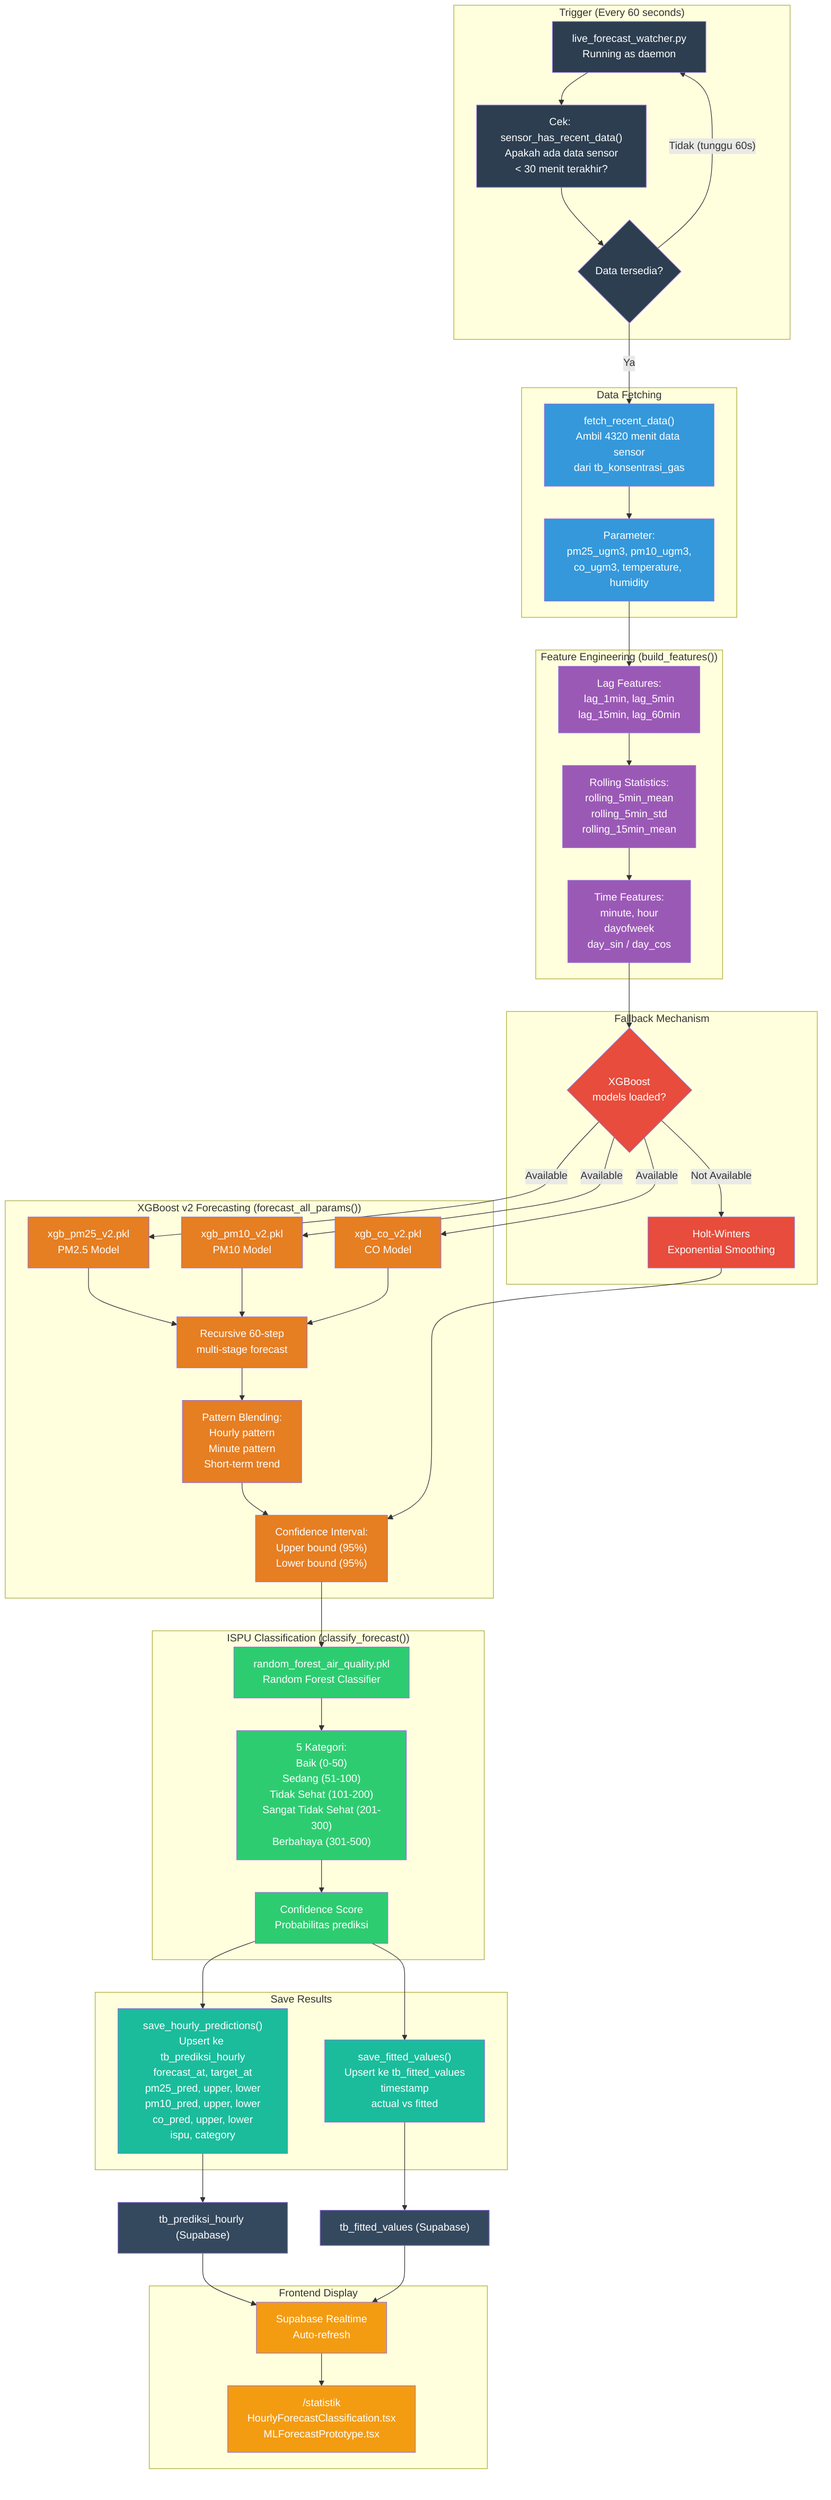
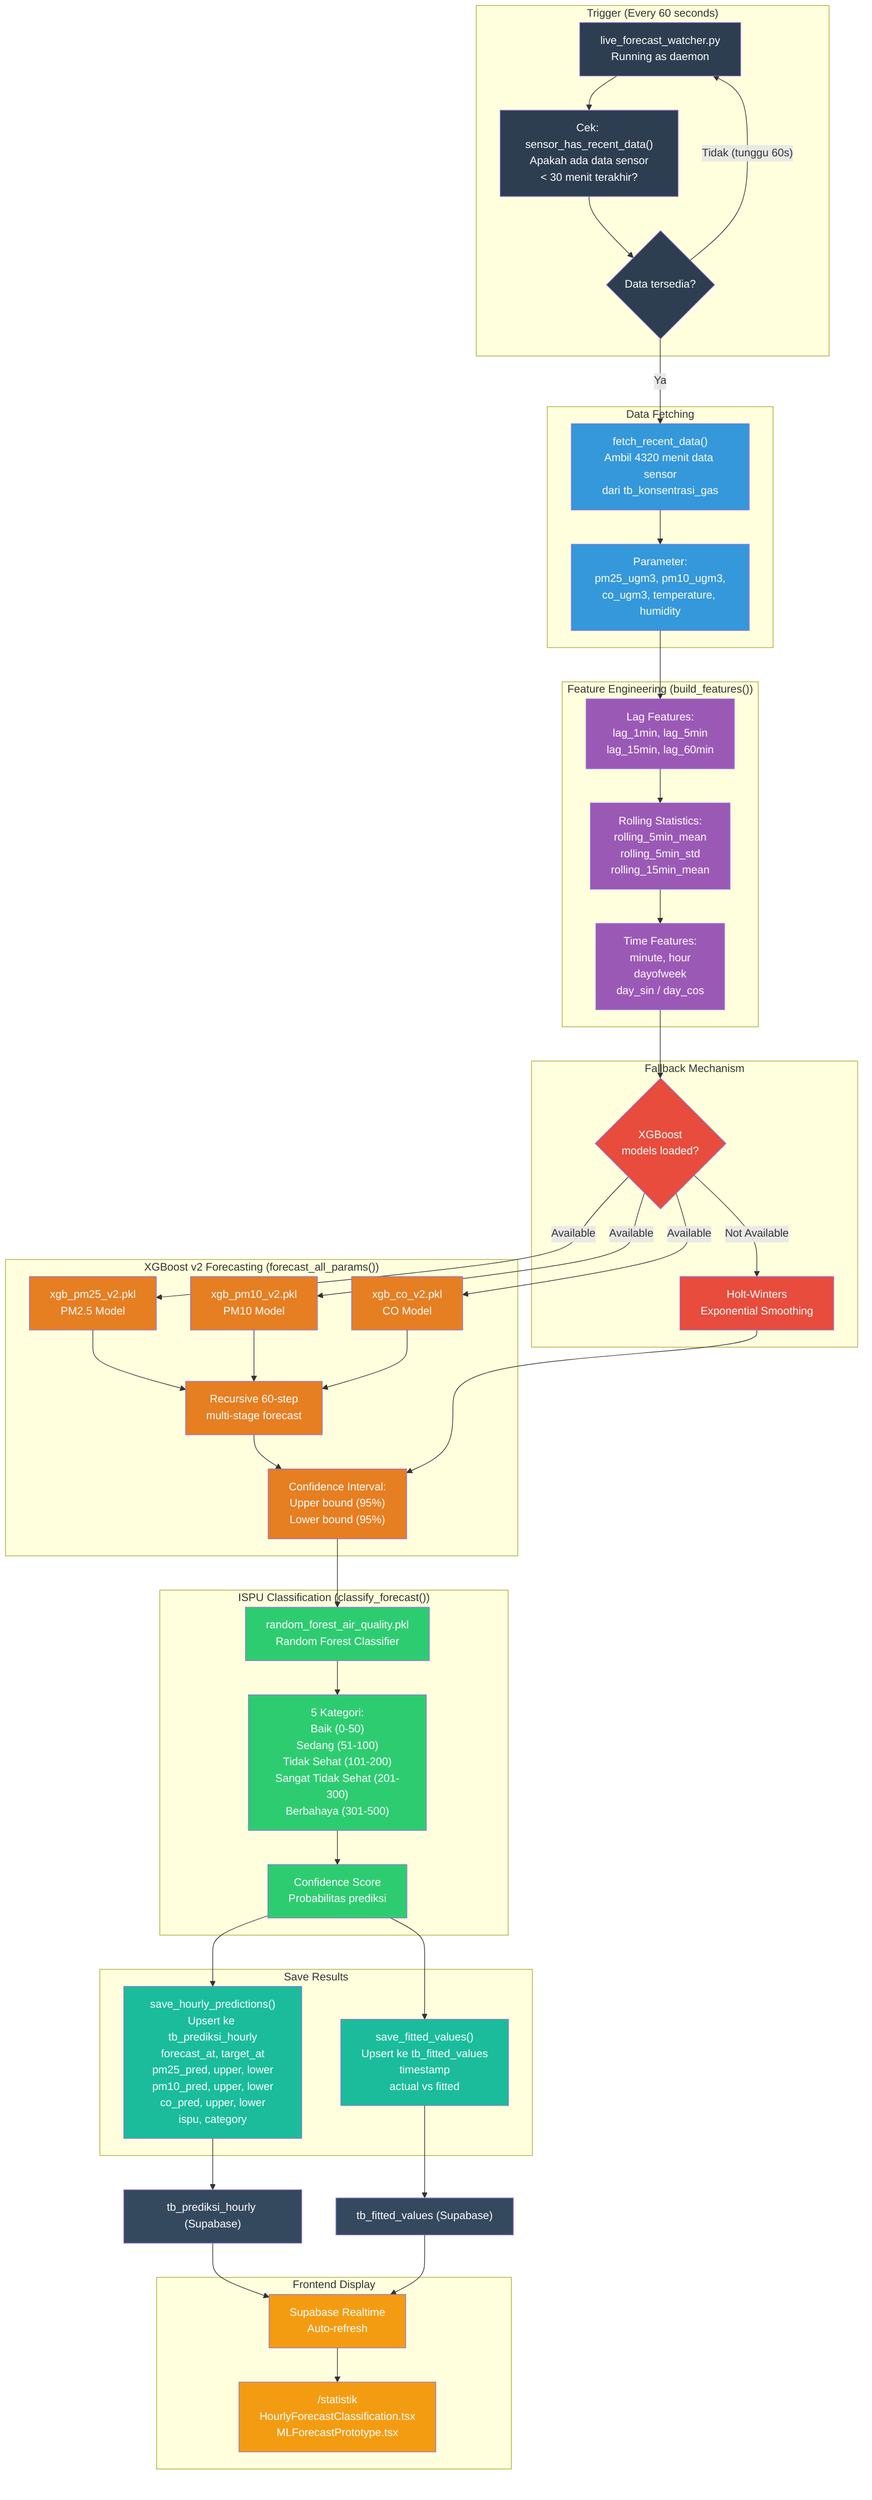
flowchart TB
    subgraph TRIGGER["Trigger (Every 60 seconds)"]
        DAEMON["live_forecast_watcher.py<br/>Running as daemon"]
        CHECK["Cek: sensor_has_recent_data()<br/>Apakah ada data sensor<br/>< 30 menit terakhir?"]
        CONDITION{"Data tersedia?"}
    end

    subgraph FETCH["Data Fetching"]
        FETCH_DATA["fetch_recent_data()<br/>Ambil 4320 menit data sensor<br/>dari tb_konsentrasi_gas"]
        PARAMS["Parameter:<br/>pm25_ugm3, pm10_ugm3,<br/>co_ugm3, temperature, humidity"]
    end

    subgraph FEATURES["Feature Engineering (build_features())"]
        LAG["Lag Features:<br/>lag_1min, lag_5min<br/>lag_15min, lag_60min"]
        ROLLING["Rolling Statistics:<br/>rolling_5min_mean<br/>rolling_5min_std<br/>rolling_15min_mean"]
        TIME["Time Features:<br/>minute, hour<br/>dayofweek<br/>day_sin / day_cos"]
    end

    subgraph MODEL["XGBoost v2 Forecasting (forecast_all_params())"]
        XGB_PM25["xgb_pm25_v2.pkl<br/>PM2.5 Model"]
        XGB_PM10["xgb_pm10_v2.pkl<br/>PM10 Model"]
        XGB_CO["xgb_co_v2.pkl<br/>CO Model"]
        RECURSIVE["Recursive 60-step<br/>multi-stage forecast"]
-         BLENDING["Pattern Blending:<br/>Hourly pattern<br/>Minute pattern<br/>Short-term trend"]
        CI["Confidence Interval:<br/>Upper bound (95%)<br/>Lower bound (95%)"]
    end

    subgraph FALLBACK["Fallback Mechanism"]
        HOLTWINTERS["Holt-Winters<br/>Exponential Smoothing"]
        COND_FALLBACK{"XGBoost<br/>models loaded?"}
    end

    subgraph CLASSIFY["ISPU Classification (classify_forecast())"]
        RF_MODEL["random_forest_air_quality.pkl<br/>Random Forest Classifier"]
        CATEGORIES["5 Kategori:<br/>Baik (0-50)<br/>Sedang (51-100)<br/>Tidak Sehat (101-200)<br/>Sangat Tidak Sehat (201-300)<br/>Berbahaya (301-500)"]
        CONFIDENCE["Confidence Score<br/>Probabilitas prediksi"]
    end

    subgraph SAVE["Save Results"]
        SAVE_HOURLY["save_hourly_predictions()<br/>Upsert ke tb_prediksi_hourly<br/>forecast_at, target_at<br/>pm25_pred, upper, lower<br/>pm10_pred, upper, lower<br/>co_pred, upper, lower<br/>ispu, category"]
        SAVE_FITTED["save_fitted_values()<br/>Upsert ke tb_fitted_values<br/>timestamp<br/>actual vs fitted"]
    end

    subgraph FRONTEND_DISPLAY["Frontend Display"]
        FORECAST_PAGE["/statistik<br/>HourlyForecastClassification.tsx<br/>MLForecastPrototype.tsx"]
        REALTIME_UPDATE["Supabase Realtime<br/>Auto-refresh"]
    end

    DAEMON --> CHECK
    CHECK --> CONDITION
    CONDITION -->|"Ya"| FETCH_DATA
    CONDITION -->|"Tidak (tunggu 60s)"| DAEMON
    FETCH_DATA --> PARAMS
    PARAMS --> LAG
    LAG --> ROLLING
    ROLLING --> TIME
    TIME --> COND_FALLBACK
    COND_FALLBACK -->|"Available"| XGB_PM25
    COND_FALLBACK -->|"Available"| XGB_PM10
    COND_FALLBACK -->|"Available"| XGB_CO
    COND_FALLBACK -->|"Not Available"| HOLTWINTERS
    XGB_PM25 & XGB_PM10 & XGB_CO --> RECURSIVE
-     RECURSIVE --> BLENDING
-     BLENDING --> CI
+     RECURSIVE --> CI
    HOLTWINTERS --> CI
    CI --> RF_MODEL
    RF_MODEL --> CATEGORIES
    CATEGORIES --> CONFIDENCE
    CONFIDENCE --> SAVE_HOURLY
    CONFIDENCE --> SAVE_FITTED
    SAVE_HOURLY --> SUPABASE_DB["tb_prediksi_hourly (Supabase)"]
    SAVE_FITTED --> SUPABASE_DB2["tb_fitted_values (Supabase)"]
    SUPABASE_DB & SUPABASE_DB2 --> REALTIME_UPDATE
    REALTIME_UPDATE --> FORECAST_PAGE

    classDef trigger fill:#2c3e50,color:#fff
    classDef fetch fill:#3498db,color:#fff
    classDef feature fill:#9b59b6,color:#fff
    classDef model fill:#e67e22,color:#fff
    classDef fallback fill:#e74c3c,color:#fff
    classDef classify fill:#2ecc71,color:#fff
    classDef save fill:#1abc9c,color:#fff
    classDef display fill:#f39c12,color:#fff
    classDef db fill:#34495e,color:#fff

    class DAEMON,CHECK,CONDITION trigger
    class FETCH_DATA,PARAMS fetch
    class LAG,ROLLING,TIME feature
-     class XGB_PM25,XGB_PM10,XGB_CO,RECURSIVE,BLENDING,CI model
+     class XGB_PM25,XGB_PM10,XGB_CO,RECURSIVE,CI model
    class HOLTWINTERS,COND_FALLBACK fallback
    class RF_MODEL,CATEGORIES,CONFIDENCE classify
    class SAVE_HOURLY,SAVE_FITTED save
    class FORECAST_PAGE,REALTIME_UPDATE display
    class SUPABASE_DB,SUPABASE_DB2 db
